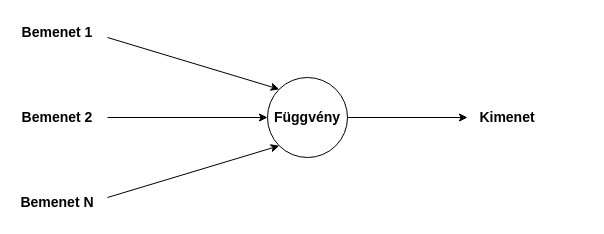
Earlier version of the draw.io diagram Neuron.drawio (HabanAndras/Gepi-latas). Source tidied: cells renumbered, new cells numbered last; positions are measured from the earlier drawing's top-left corner, leaving out a move shared by most shapes. Both pictures are drawn from the tidied source at 100%, with x=0, y=0 at pixel (17, 17).
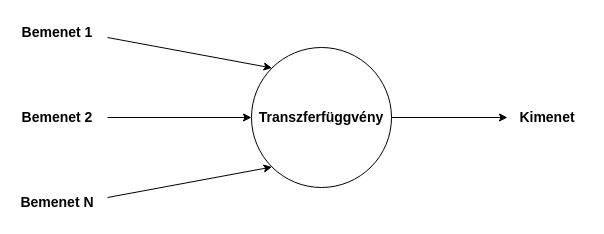
The same page after the edit.

Diff of the diagram source:
```diff
@@
 <mxGraphModel>
   <root>
     <mxCell id="0" />
     <mxCell id="1" parent="0" />
-    <mxCell id="2" value="&lt;b&gt;&lt;font style=&quot;font-size: 14px&quot;&gt;Függvény&lt;/font&gt;&lt;/b&gt;" style="ellipse;whiteSpace=wrap;html=1;" parent="1" vertex="1">
-      <mxGeometry x="250" y="60" width="80" height="80" as="geometry" />
+    <mxCell id="2" value="&lt;b&gt;&lt;font style=&quot;font-size: 14px&quot;&gt;Transzferfüggvény&lt;/font&gt;&lt;/b&gt;" style="ellipse;whiteSpace=wrap;html=1;" parent="1" vertex="1">
+      <mxGeometry x="234" y="30" width="140" height="140" as="geometry" />
     </mxCell>
     <mxCell id="3" style="endArrow=classic;html=1;entryX=0;entryY=0;entryDx=0;entryDy=0;" parent="1" edge="1" target="2">
       <mxGeometry relative="1" as="geometry">
         <mxPoint x="90" y="20" as="sourcePoint" />
       </mxGeometry>
     </mxCell>
     <mxCell id="4" style="endArrow=classic;html=1;entryX=0;entryY=0.5;entryDx=0;entryDy=0;" parent="1" edge="1" target="2">
       <mxGeometry relative="1" as="geometry">
         <mxPoint x="90" y="100" as="sourcePoint" />
       </mxGeometry>
     </mxCell>
     <mxCell id="5" style="endArrow=classic;html=1;entryX=0;entryY=1;entryDx=0;entryDy=0;" parent="1" edge="1" target="2">
       <mxGeometry relative="1" as="geometry">
         <mxPoint x="90" y="180" as="sourcePoint" />
       </mxGeometry>
     </mxCell>
     <mxCell id="6" value="&lt;b&gt;&lt;font style=&quot;font-size: 14px&quot;&gt;Bemenet 2&lt;br&gt;&lt;/font&gt;&lt;/b&gt;" style="text;html=1;strokeColor=none;fillColor=none;align=center;verticalAlign=middle;whiteSpace=wrap;rounded=0;" parent="1" vertex="1">
       <mxGeometry y="85" width="80" height="30" as="geometry" />
     </mxCell>
     <mxCell id="7" value="&lt;b&gt;&lt;font style=&quot;font-size: 14px&quot;&gt;Bemenet 1&lt;/font&gt;&lt;/b&gt;" style="text;html=1;strokeColor=none;fillColor=none;align=center;verticalAlign=middle;whiteSpace=wrap;rounded=0;" parent="1" vertex="1">
       <mxGeometry width="80" height="30" as="geometry" />
     </mxCell>
     <mxCell id="8" value="&lt;b&gt;&lt;font style=&quot;font-size: 14px&quot;&gt;Bemenet N&lt;br&gt;&lt;/font&gt;&lt;/b&gt;" style="text;html=1;strokeColor=none;fillColor=none;align=center;verticalAlign=middle;whiteSpace=wrap;rounded=0;" parent="1" vertex="1">
       <mxGeometry y="170" width="80" height="30" as="geometry" />
     </mxCell>
     <mxCell id="9" style="endArrow=classic;html=1;exitX=1;exitY=0.5;exitDx=0;exitDy=0;" parent="1" edge="1" source="2">
       <mxGeometry relative="1" as="geometry">
-        <mxPoint x="450" y="100" as="targetPoint" />
+        <mxPoint x="490" y="100" as="targetPoint" />
       </mxGeometry>
     </mxCell>
     <mxCell id="10" value="&lt;b&gt;&lt;font style=&quot;font-size: 14px&quot;&gt;Kimenet&lt;/font&gt;&lt;/b&gt;" style="text;html=1;strokeColor=none;fillColor=none;align=center;verticalAlign=middle;whiteSpace=wrap;rounded=0;" parent="1" vertex="1">
-      <mxGeometry x="450" y="87.5" width="80" height="25" as="geometry" />
+      <mxGeometry x="490" y="87.5" width="80" height="25" as="geometry" />
     </mxCell>
   </root>
 </mxGraphModel>
```
